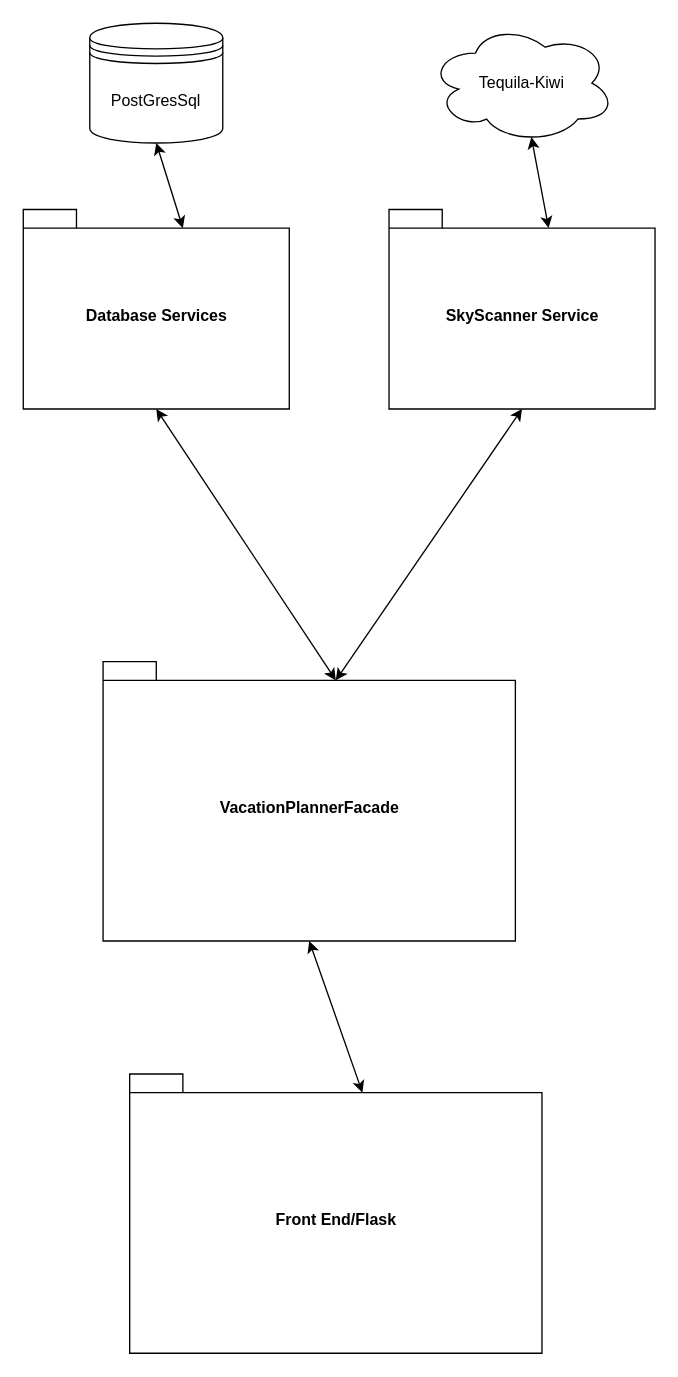
Tomek-Stolarczyk/MyVacationPlanner keeps this draw.io diagram as page "Service Layout" (1 of 3) of Design/MyVacationPlanner.drawio. Above is the earlier version. Source tidied: cells renumbered, new cells numbered last; positions are measured from the earlier drawing's top-left corner, leaving out a move shared by most shapes. Both pictures are drawn from the tidied source at 133%, with x=0, y=0 at pixel (23, 23).
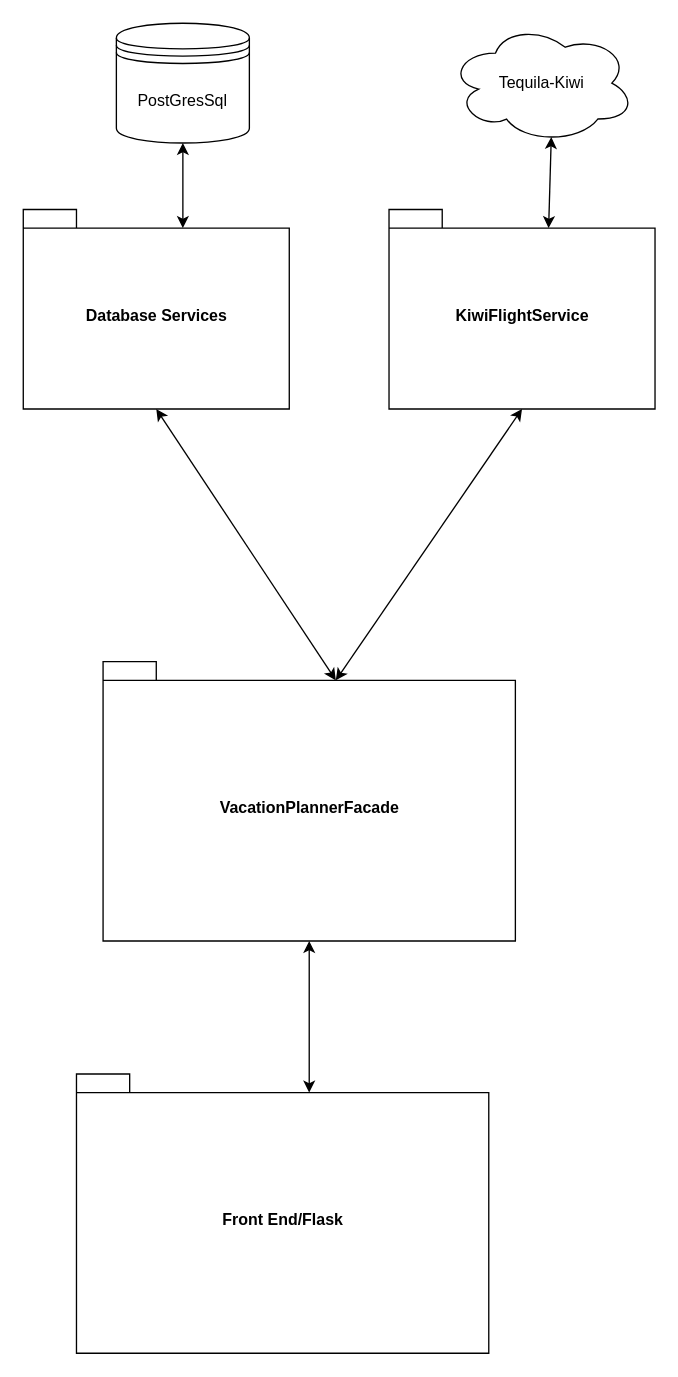
The same page after the edit.

What changed in the source:
```diff
@@
 <mxGraphModel>
   <root>
     <mxCell id="0" />
     <mxCell id="1" parent="0" />
     <mxCell id="2" value="PostGresSql" style="shape=datastore;whiteSpace=wrap;html=1;" parent="1" vertex="1">
-      <mxGeometry x="50" width="100" height="90" as="geometry" />
+      <mxGeometry x="70" width="100" height="90" as="geometry" />
     </mxCell>
     <mxCell id="3" value="Database Services" style="shape=folder;fontStyle=1;spacingTop=10;tabWidth=40;tabHeight=14;tabPosition=left;html=1;" parent="1" vertex="1">
       <mxGeometry y="140" width="200" height="150" as="geometry" />
     </mxCell>
-    <mxCell id="4" value="SkyScanner Service" style="shape=folder;fontStyle=1;spacingTop=10;tabWidth=40;tabHeight=14;tabPosition=left;html=1;" parent="1" vertex="1">
+    <mxCell id="4" value="KiwiFlightService" style="shape=folder;fontStyle=1;spacingTop=10;tabWidth=40;tabHeight=14;tabPosition=left;html=1;" parent="1" vertex="1">
       <mxGeometry x="275" y="140" width="200" height="150" as="geometry" />
     </mxCell>
     <mxCell id="5" value="Front End/Flask" style="shape=folder;fontStyle=1;spacingTop=10;tabWidth=40;tabHeight=14;tabPosition=left;html=1;" parent="1" vertex="1">
-      <mxGeometry x="80" y="790" width="310" height="210" as="geometry" />
+      <mxGeometry x="40" y="790" width="310" height="210" as="geometry" />
     </mxCell>
     <mxCell id="6" value="Tequila-Kiwi" style="ellipse;shape=cloud;whiteSpace=wrap;html=1;align=center;" parent="1" vertex="1">
-      <mxGeometry x="305" width="140" height="90" as="geometry" />
+      <mxGeometry x="320" width="140" height="90" as="geometry" />
     </mxCell>
     <mxCell id="7" value="VacationPlannerFacade" style="shape=folder;fontStyle=1;spacingTop=10;tabWidth=40;tabHeight=14;tabPosition=left;html=1;" parent="1" vertex="1">
       <mxGeometry x="60" y="480" width="310" height="210" as="geometry" />
     </mxCell>
     <mxCell id="8" style="endArrow=classic;startArrow=classic;html=1;rounded=0;entryX=0.5;entryY=1;entryDx=0;entryDy=0;entryPerimeter=0;exitX=0;exitY=0;exitDx=175;exitDy=14;exitPerimeter=0;" parent="1" edge="1" source="5" target="7">
       <mxGeometry relative="1" as="geometry" />
     </mxCell>
     <mxCell id="9" style="endArrow=classic;startArrow=classic;html=1;rounded=0;entryX=0.5;entryY=1;entryDx=0;entryDy=0;entryPerimeter=0;exitX=0;exitY=0;exitDx=175;exitDy=14;exitPerimeter=0;" parent="1" edge="1" source="7" target="3">
       <mxGeometry relative="1" as="geometry" />
     </mxCell>
     <mxCell id="10" style="endArrow=classic;startArrow=classic;html=1;rounded=0;entryX=0.5;entryY=1;entryDx=0;entryDy=0;entryPerimeter=0;exitX=0;exitY=0;exitDx=175;exitDy=14;exitPerimeter=0;" parent="1" edge="1" source="7" target="4">
       <mxGeometry relative="1" as="geometry" />
     </mxCell>
     <mxCell id="11" style="endArrow=classic;startArrow=classic;html=1;rounded=0;entryX=0.55;entryY=0.95;entryDx=0;entryDy=0;entryPerimeter=0;exitX=0;exitY=0;exitDx=120;exitDy=14;exitPerimeter=0;" parent="1" edge="1" source="4" target="6">
       <mxGeometry relative="1" as="geometry" />
     </mxCell>
     <mxCell id="12" style="endArrow=classic;startArrow=classic;html=1;rounded=0;entryX=0.5;entryY=1;entryDx=0;entryDy=0;exitX=0;exitY=0;exitDx=120;exitDy=14;exitPerimeter=0;" parent="1" edge="1" source="3" target="2">
       <mxGeometry relative="1" as="geometry" />
     </mxCell>
   </root>
 </mxGraphModel>
```
